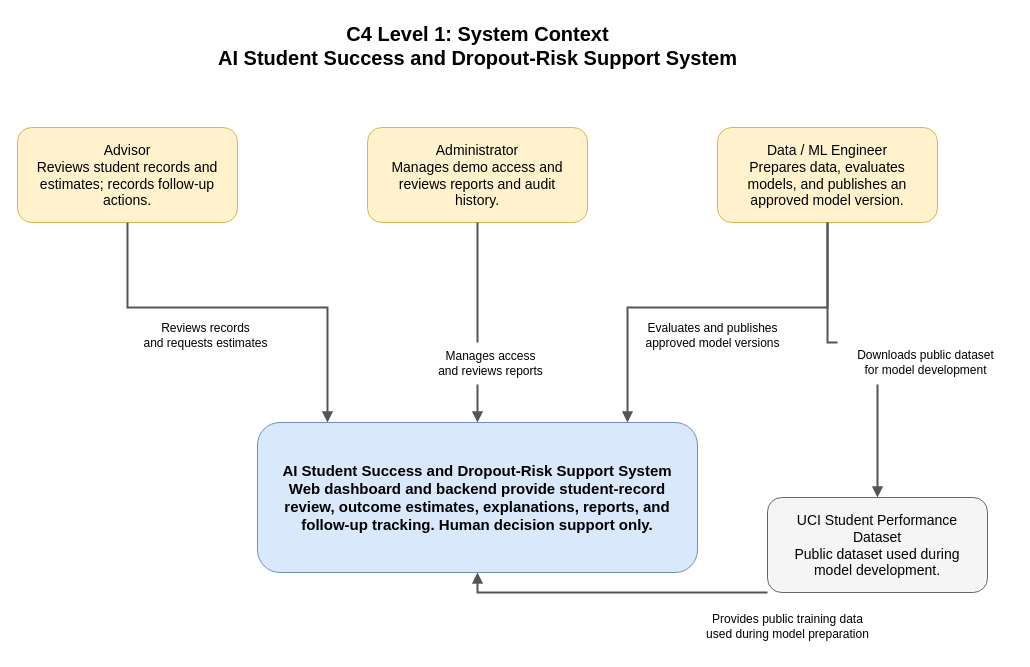
Earlier version of the draw.io diagram uml/c4_context.drawio (zeinalmajaly/SE-GP02). Source tidied: cells renumbered, new cells numbered last; positions are measured from the earlier drawing's top-left corner, leaving out a move shared by most shapes. Both pictures are drawn from the tidied source at 100%, with x=0, y=0 at pixel (17, 17).
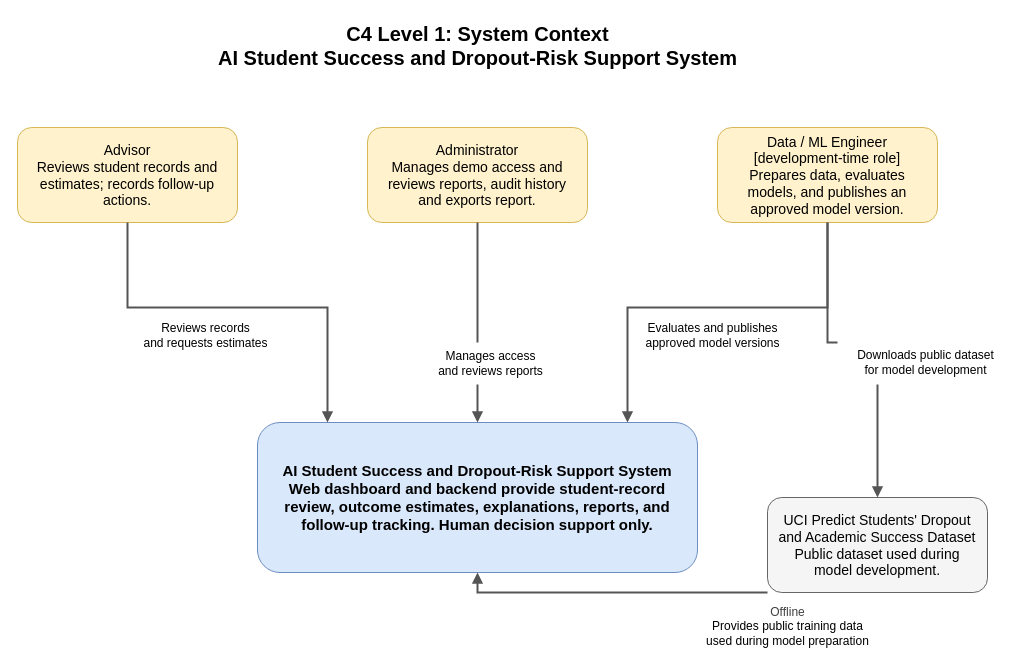
After the change.

Commit message (it also covers changes not shown here):
Wrote the project description, Updated README file, added rendered images for the c4 diagram

What changed in the source:
```diff
@@
-    <mxCell id="4" value="Administrator&#10;Manages demo access and reviews reports and audit history." style="rounded=1;whiteSpace=wrap;html=1;fillColor=#fff2cc;strokeColor=#d6b656;fontSize=14;spacing=12;" parent="1" vertex="1">
+    <mxCell id="4" value="Administrator&lt;br&gt;Manages demo access and reviews reports, audit history and exports report." style="rounded=1;whiteSpace=wrap;html=1;fillColor=#fff2cc;strokeColor=#d6b656;fontSize=14;spacing=12;" parent="1" vertex="1">
       <mxGeometry x="350" y="110" width="220" height="95" as="geometry" />
     </mxCell>
-    <mxCell id="5" value="Data / ML Engineer&#10;Prepares data, evaluates models, and publishes an approved model version." style="rounded=1;whiteSpace=wrap;html=1;fillColor=#fff2cc;strokeColor=#d6b656;fontSize=14;spacing=12;" parent="1" vertex="1">
+    <mxCell id="5" value="Data / ML Engineer&lt;div&gt;&lt;font color=&quot;#000000&quot;&gt;[development-time role]&lt;br&gt;&lt;/font&gt;Prepares data, evaluates models, and publishes an approved model version.&lt;/div&gt;" style="rounded=1;whiteSpace=wrap;html=1;fillColor=#fff2cc;strokeColor=#d6b656;fontSize=14;spacing=12;" parent="1" vertex="1">
       <mxGeometry x="700" y="110" width="220" height="95" as="geometry" />
     </mxCell>
@@
-    <mxCell id="7" value="UCI Student Performance Dataset&#10;Public dataset used during model development." style="rounded=1;whiteSpace=wrap;html=1;fillColor=#f5f5f5;strokeColor=#666666;fontSize=14;spacing=12;" parent="1" vertex="1">
+    <mxCell id="7" value="UCI Predict Students' Dropout and Academic Success Dataset&lt;br&gt;Public dataset used during model development." style="rounded=1;whiteSpace=wrap;html=1;fillColor=#f5f5f5;strokeColor=#666666;fontSize=14;spacing=12;" parent="1" vertex="1">
       <mxGeometry x="750" y="480" width="220" height="95" as="geometry" />
     </mxCell>
@@
-    <mxCell id="17" value="Provides public training data&#10;used during model preparation" style="text;html=1;align=center;verticalAlign=middle;fontSize=12;fillColor=#ffffff;strokeColor=none;" parent="1" vertex="1">
+    <mxCell id="17" value="&lt;div&gt;&lt;span style=&quot;color: rgb(63, 63, 63);&quot;&gt;Offline&lt;/span&gt;&lt;/div&gt;Provides public training data&lt;br&gt;used during model preparation" style="text;html=1;align=center;verticalAlign=middle;fontSize=12;fillColor=#ffffff;strokeColor=none;" parent="1" vertex="1">
       <mxGeometry x="665" y="585" width="210" height="48" as="geometry" />
     </mxCell>
```
